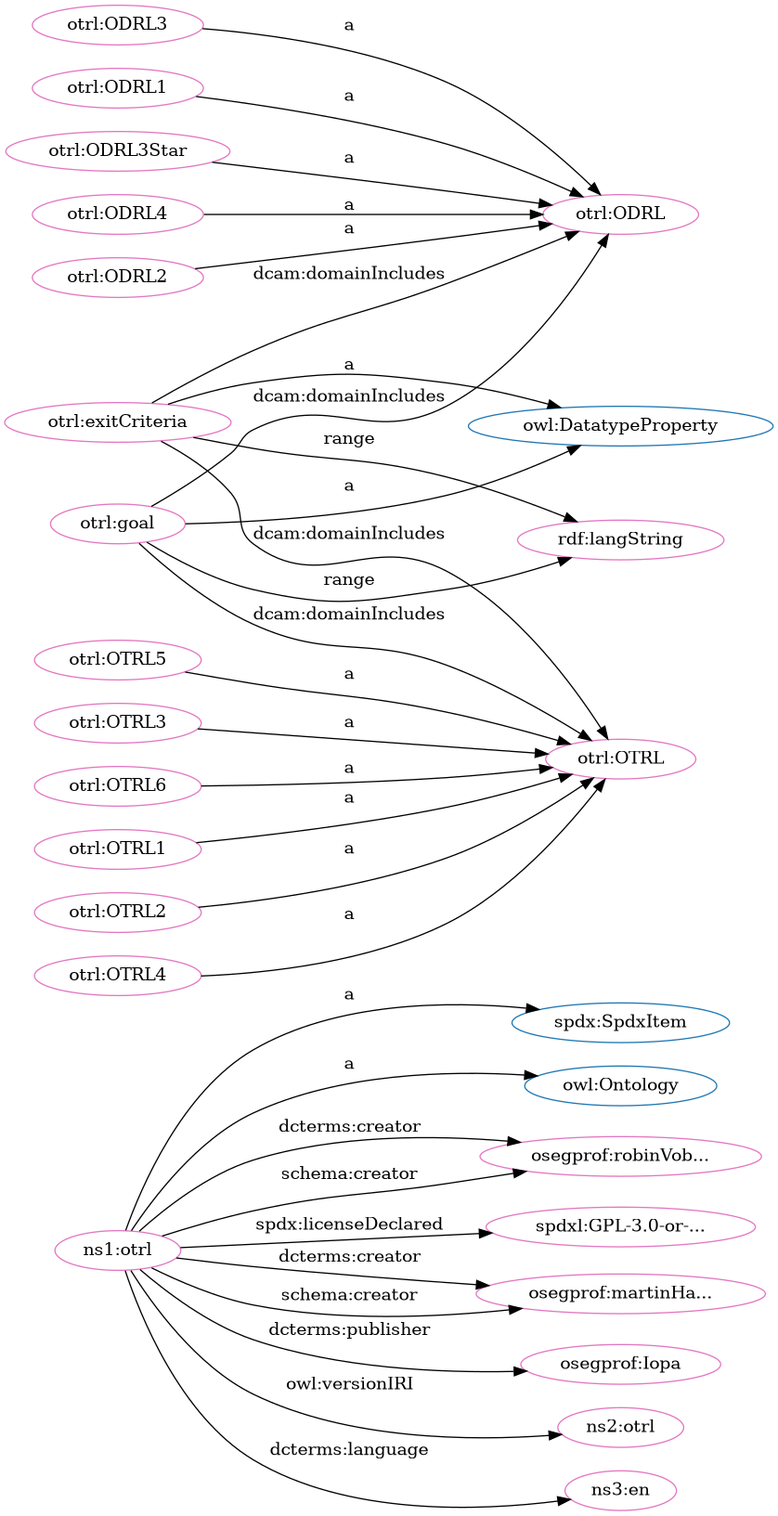
Before: src/spec/dot_otrl.png, a diagram exported from Graphviz (iop-alliance/OpenKnowHow). Its source is kept beside it as src/spec/dot_otrl.dot.
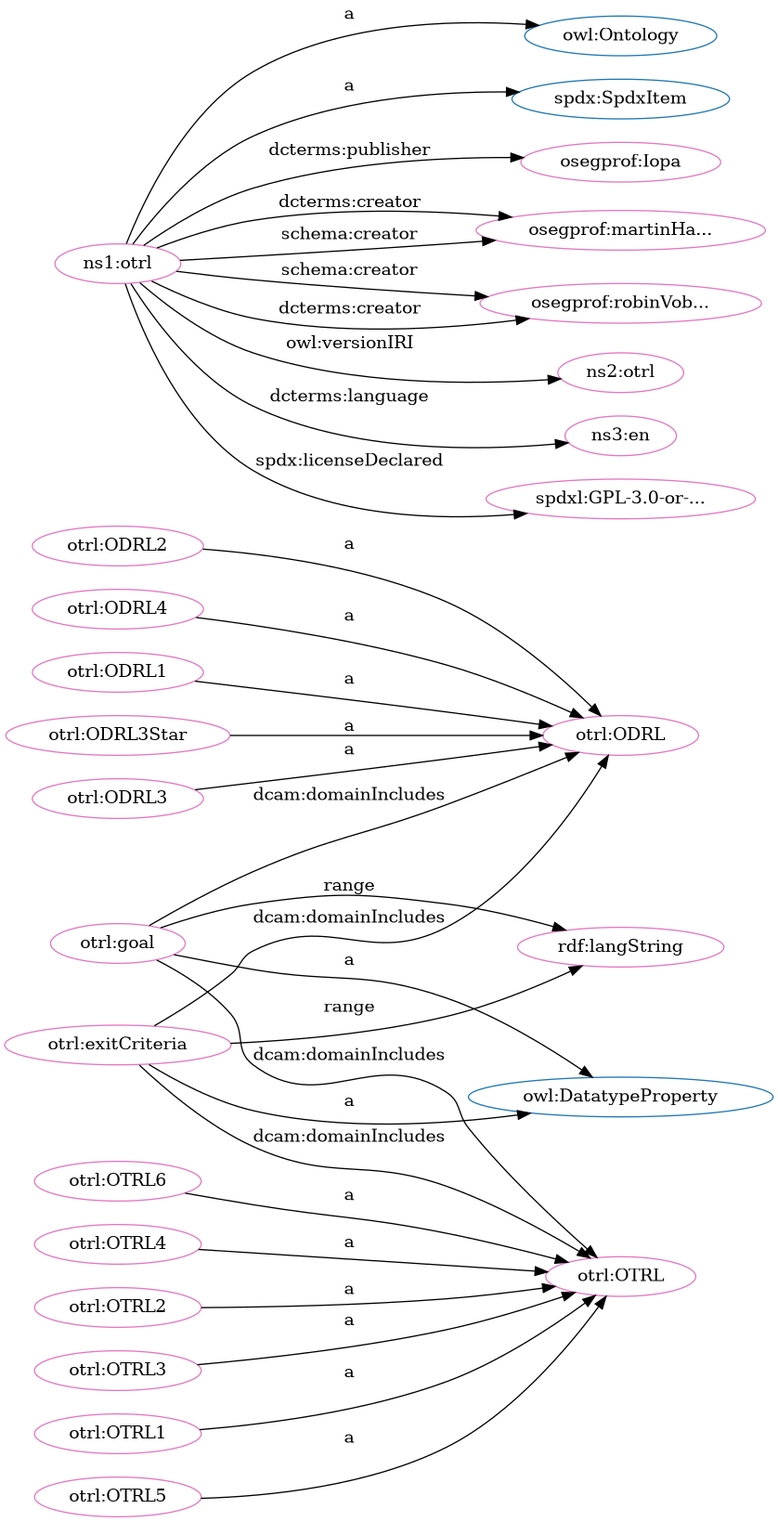
The same file after the commit.

Diff of the diagram source:
```diff
@@ -1,61 +1,61 @@
 digraph G {
   rankdir=BT
   node[height=.3]
-"http://spdx.org/rdf/terms#SpdxItem" [fillcolor="#1f77b4" color="#1f77b4" label="spdx:SpdxItem"]
+"http://www.w3.org/2002/07/owl#DatatypeProperty" [fillcolor="#1f77b4" color="#1f77b4" label="owl:DatatypeProperty"]
 "http://www.w3.org/2002/07/owl#Ontology" [fillcolor="#1f77b4" color="#1f77b4" label="owl:Ontology"]
 "http://w3id.org/oseg/ont/otrl#ODRL" [fillcolor="#1f77b4" color="#1f77b4" label="otrl:ODRL"]
-"http://www.w3.org/2002/07/owl#DatatypeProperty" [fillcolor="#1f77b4" color="#1f77b4" label="owl:DatatypeProperty"]
 "http://w3id.org/oseg/ont/otrl#OTRL" [fillcolor="#1f77b4" color="#1f77b4" label="otrl:OTRL"]
+"http://spdx.org/rdf/terms#SpdxItem" [fillcolor="#1f77b4" color="#1f77b4" label="spdx:SpdxItem"]
+"http://w3id.org/oseg/ont/otrl#exitCriteria" [fillcolor="#e377c2" color="#e377c2" label="otrl:exitCriteria"]
+"http://w3id.org/oseg/ont/oseg-profiles#Iopa" [fillcolor="#e377c2" color="#e377c2" label="osegprof:Iopa"]
+"http://w3id.org/oseg/ont/oseg-profiles#martinHaeuer" [fillcolor="#e377c2" color="#e377c2" label="osegprof:martinHa..."]
+"http://w3id.org/oseg/ont/otrl#OTRL3" [fillcolor="#e377c2" color="#e377c2" label="otrl:OTRL3"]
 "http://w3id.org/oseg/ont/oseg-profiles#robinVobruba" [fillcolor="#e377c2" color="#e377c2" label="osegprof:robinVob..."]
+"http://w3id.org/oseg/ont/otrl#ODRL3" [fillcolor="#e377c2" color="#e377c2" label="otrl:ODRL3"]
+"http://www.w3.org/1999/02/22-rdf-syntax-ns#langString" [fillcolor="#e377c2" color="#e377c2" label="rdf:langString"]
+"http://w3id.org/oseg/ont/otrl#ODRL" [fillcolor="#e377c2" color="#e377c2" label="otrl:ODRL"]
 "http://w3id.org/oseg/ont/otrl#ODRL2" [fillcolor="#e377c2" color="#e377c2" label="otrl:ODRL2"]
-"http://w3id.org/oseg/ont/otrl#OTRL1" [fillcolor="#e377c2" color="#e377c2" label="otrl:OTRL1"]
-"http://w3id.org/oseg/ont/otrl#exitCriteria" [fillcolor="#e377c2" color="#e377c2" label="otrl:exitCriteria"]
-"http://w3id.org/oseg/ont/otrl#OTRL2" [fillcolor="#e377c2" color="#e377c2" label="otrl:OTRL2"]
-"http://spdx.org/licenses/GPL-3.0-or-later" [fillcolor="#e377c2" color="#e377c2" label="spdxl:GPL-3.0-or-..."]
-"http://w3id.org/oseg/ont/otrl#OTRL" [fillcolor="#e377c2" color="#e377c2" label="otrl:OTRL"]
-"http://w3id.org/oseg/ont/otrl#ODRL" [fillcolor="#e377c2" color="#e377c2" label="otrl:ODRL"]
-"http://w3id.org/oseg/ont/oseg-profiles#martinHaeuer" [fillcolor="#e377c2" color="#e377c2" label="osegprof:martinHa..."]
-"http://w3id.org/oseg/ont/otrl#goal" [fillcolor="#e377c2" color="#e377c2" label="otrl:goal"]
-"http://w3id.org/oseg/ont/otrl#OTRL4" [fillcolor="#e377c2" color="#e377c2" label="otrl:OTRL4"]
-"http://w3id.org/oseg/ont/oseg-profiles#Iopa" [fillcolor="#e377c2" color="#e377c2" label="osegprof:Iopa"]
-"http://w3id.org/oseg/ont/otrl#ODRL3" [fillcolor="#e377c2" color="#e377c2" label="otrl:ODRL3"]
 "http://w3id.org/oseg/ont/otrl" [fillcolor="#e377c2" color="#e377c2" label="ns1:otrl"]
 "http://w3id.org/oseg/ont/1.1.0/otrl" [fillcolor="#e377c2" color="#e377c2" label="ns2:otrl"]
+"http://w3id.org/oseg/ont/otrl#ODRL4" [fillcolor="#e377c2" color="#e377c2" label="otrl:ODRL4"]
+"http://w3id.org/oseg/ont/otrl#ODRL1" [fillcolor="#e377c2" color="#e377c2" label="otrl:ODRL1"]
+"http://w3id.org/oseg/ont/otrl#goal" [fillcolor="#e377c2" color="#e377c2" label="otrl:goal"]
+"http://id.loc.gov/vocabulary/iso639-1/en" [fillcolor="#e377c2" color="#e377c2" label="ns3:en"]
+"http://w3id.org/oseg/ont/otrl#ODRL3Star" [fillcolor="#e377c2" color="#e377c2" label="otrl:ODRL3Star"]
+"http://w3id.org/oseg/ont/otrl#OTRL" [fillcolor="#e377c2" color="#e377c2" label="otrl:OTRL"]
+"http://w3id.org/oseg/ont/otrl#OTRL1" [fillcolor="#e377c2" color="#e377c2" label="otrl:OTRL1"]
+"http://spdx.org/licenses/GPL-3.0-or-later" [fillcolor="#e377c2" color="#e377c2" label="spdxl:GPL-3.0-or-..."]
 "http://w3id.org/oseg/ont/otrl#OTRL5" [fillcolor="#e377c2" color="#e377c2" label="otrl:OTRL5"]
-"http://w3id.org/oseg/ont/otrl#ODRL1" [fillcolor="#e377c2" color="#e377c2" label="otrl:ODRL1"]
-"http://www.w3.org/1999/02/22-rdf-syntax-ns#langString" [fillcolor="#e377c2" color="#e377c2" label="rdf:langString"]
-"http://id.loc.gov/vocabulary/iso639-1/en" [fillcolor="#e377c2" color="#e377c2" label="ns3:en"]
-"http://w3id.org/oseg/ont/otrl#OTRL3" [fillcolor="#e377c2" color="#e377c2" label="otrl:OTRL3"]
 "http://w3id.org/oseg/ont/otrl#OTRL6" [fillcolor="#e377c2" color="#e377c2" label="otrl:OTRL6"]
-"http://w3id.org/oseg/ont/otrl#ODRL3Star" [fillcolor="#e377c2" color="#e377c2" label="otrl:ODRL3Star"]
-"http://w3id.org/oseg/ont/otrl#ODRL4" [fillcolor="#e377c2" color="#e377c2" label="otrl:ODRL4"]
+"http://w3id.org/oseg/ont/otrl#OTRL4" [fillcolor="#e377c2" color="#e377c2" label="otrl:OTRL4"]
+"http://w3id.org/oseg/ont/otrl#OTRL2" [fillcolor="#e377c2" color="#e377c2" label="otrl:OTRL2"]
+  "http://w3id.org/oseg/ont/otrl" -> "http://w3id.org/oseg/ont/oseg-profiles#martinHaeuer" [label="dcterms:creator"]
+  "http://w3id.org/oseg/ont/otrl" -> "http://w3id.org/oseg/ont/oseg-profiles#robinVobruba" [label="schema:creator"]
+  "http://w3id.org/oseg/ont/otrl#goal" -> "http://w3id.org/oseg/ont/otrl#ODRL" [label="dcam:domainIncludes"]
+  "http://w3id.org/oseg/ont/otrl" -> "http://w3id.org/oseg/ont/1.1.0/otrl" [label="owl:versionIRI"]
+  "http://w3id.org/oseg/ont/otrl#ODRL4" -> "http://w3id.org/oseg/ont/otrl#ODRL" [label="a"]
+  "http://w3id.org/oseg/ont/otrl#goal" -> "http://www.w3.org/2002/07/owl#DatatypeProperty" [label="a"]
+  "http://w3id.org/oseg/ont/otrl" -> "http://id.loc.gov/vocabulary/iso639-1/en" [label="dcterms:language"]
+  "http://w3id.org/oseg/ont/otrl#goal" -> "http://w3id.org/oseg/ont/otrl#OTRL" [label="dcam:domainIncludes"]
+  "http://w3id.org/oseg/ont/otrl" -> "http://spdx.org/licenses/GPL-3.0-or-later" [label="spdx:licenseDeclared"]
+  "http://w3id.org/oseg/ont/otrl#OTRL4" -> "http://w3id.org/oseg/ont/otrl#OTRL" [label="a"]
+  "http://w3id.org/oseg/ont/otrl#exitCriteria" -> "http://www.w3.org/2002/07/owl#DatatypeProperty" [label="a"]
+  "http://w3id.org/oseg/ont/otrl" -> "http://w3id.org/oseg/ont/oseg-profiles#Iopa" [label="dcterms:publisher"]
+  "http://w3id.org/oseg/ont/otrl" -> "http://w3id.org/oseg/ont/oseg-profiles#martinHaeuer" [label="schema:creator"]
+  "http://w3id.org/oseg/ont/otrl#OTRL3" -> "http://w3id.org/oseg/ont/otrl#OTRL" [label="a"]
+  "http://w3id.org/oseg/ont/otrl#ODRL3" -> "http://w3id.org/oseg/ont/otrl#ODRL" [label="a"]
   "http://w3id.org/oseg/ont/otrl" -> "http://w3id.org/oseg/ont/oseg-profiles#robinVobruba" [label="dcterms:creator"]
+  "http://w3id.org/oseg/ont/otrl#goal" -> "http://www.w3.org/1999/02/22-rdf-syntax-ns#langString" [label="range"]
   "http://w3id.org/oseg/ont/otrl#ODRL2" -> "http://w3id.org/oseg/ont/otrl#ODRL" [label="a"]
+  "http://w3id.org/oseg/ont/otrl" -> "http://www.w3.org/2002/07/owl#Ontology" [label="a"]
+  "http://w3id.org/oseg/ont/otrl#ODRL1" -> "http://w3id.org/oseg/ont/otrl#ODRL" [label="a"]
+  "http://w3id.org/oseg/ont/otrl#exitCriteria" -> "http://w3id.org/oseg/ont/otrl#ODRL" [label="dcam:domainIncludes"]
+  "http://w3id.org/oseg/ont/otrl#ODRL3Star" -> "http://w3id.org/oseg/ont/otrl#ODRL" [label="a"]
+  "http://w3id.org/oseg/ont/otrl" -> "http://spdx.org/rdf/terms#SpdxItem" [label="a"]
   "http://w3id.org/oseg/ont/otrl#OTRL1" -> "http://w3id.org/oseg/ont/otrl#OTRL" [label="a"]
-  "http://w3id.org/oseg/ont/otrl#exitCriteria" -> "http://www.w3.org/2002/07/owl#DatatypeProperty" [label="a"]
-  "http://w3id.org/oseg/ont/otrl" -> "http://w3id.org/oseg/ont/oseg-profiles#martinHaeuer" [label="dcterms:creator"]
-  "http://w3id.org/oseg/ont/otrl#goal" -> "http://www.w3.org/2002/07/owl#DatatypeProperty" [label="a"]
-  "http://w3id.org/oseg/ont/otrl" -> "http://w3id.org/oseg/ont/oseg-profiles#robinVobruba" [label="schema:creator"]
-  "http://w3id.org/oseg/ont/otrl" -> "http://w3id.org/oseg/ont/oseg-profiles#Iopa" [label="dcterms:publisher"]
-  "http://w3id.org/oseg/ont/otrl#ODRL3" -> "http://w3id.org/oseg/ont/otrl#ODRL" [label="a"]
-  "http://w3id.org/oseg/ont/otrl" -> "http://w3id.org/oseg/ont/1.1.0/otrl" [label="owl:versionIRI"]
   "http://w3id.org/oseg/ont/otrl#OTRL5" -> "http://w3id.org/oseg/ont/otrl#OTRL" [label="a"]
-  "http://w3id.org/oseg/ont/otrl" -> "http://w3id.org/oseg/ont/oseg-profiles#martinHaeuer" [label="schema:creator"]
-  "http://w3id.org/oseg/ont/otrl#ODRL1" -> "http://w3id.org/oseg/ont/otrl#ODRL" [label="a"]
-  "http://w3id.org/oseg/ont/otrl" -> "http://spdx.org/rdf/terms#SpdxItem" [label="a"]
   "http://w3id.org/oseg/ont/otrl#OTRL6" -> "http://w3id.org/oseg/ont/otrl#OTRL" [label="a"]
-  "http://w3id.org/oseg/ont/otrl#ODRL3Star" -> "http://w3id.org/oseg/ont/otrl#ODRL" [label="a"]
+  "http://w3id.org/oseg/ont/otrl#exitCriteria" -> "http://www.w3.org/1999/02/22-rdf-syntax-ns#langString" [label="range"]
+  "http://w3id.org/oseg/ont/otrl#exitCriteria" -> "http://w3id.org/oseg/ont/otrl#OTRL" [label="dcam:domainIncludes"]
   "http://w3id.org/oseg/ont/otrl#OTRL2" -> "http://w3id.org/oseg/ont/otrl#OTRL" [label="a"]
-  "http://w3id.org/oseg/ont/otrl" -> "http://spdx.org/licenses/GPL-3.0-or-later" [label="spdx:licenseDeclared"]
-  "http://w3id.org/oseg/ont/otrl#exitCriteria" -> "http://w3id.org/oseg/ont/otrl#OTRL" [label="dcam:domainIncludes"]
-  "http://w3id.org/oseg/ont/otrl#exitCriteria" -> "http://w3id.org/oseg/ont/otrl#ODRL" [label="dcam:domainIncludes"]
-  "http://w3id.org/oseg/ont/otrl#OTRL4" -> "http://w3id.org/oseg/ont/otrl#OTRL" [label="a"]
-  "http://w3id.org/oseg/ont/otrl#goal" -> "http://w3id.org/oseg/ont/otrl#OTRL" [label="dcam:domainIncludes"]
-  "http://w3id.org/oseg/ont/otrl" -> "http://www.w3.org/2002/07/owl#Ontology" [label="a"]
-  "http://w3id.org/oseg/ont/otrl#goal" -> "http://w3id.org/oseg/ont/otrl#ODRL" [label="dcam:domainIncludes"]
-  "http://w3id.org/oseg/ont/otrl#goal" -> "http://www.w3.org/1999/02/22-rdf-syntax-ns#langString" [label="range"]
-  "http://w3id.org/oseg/ont/otrl" -> "http://id.loc.gov/vocabulary/iso639-1/en" [label="dcterms:language"]
-  "http://w3id.org/oseg/ont/otrl#OTRL3" -> "http://w3id.org/oseg/ont/otrl#OTRL" [label="a"]
-  "http://w3id.org/oseg/ont/otrl#exitCriteria" -> "http://www.w3.org/1999/02/22-rdf-syntax-ns#langString" [label="range"]
-  "http://w3id.org/oseg/ont/otrl#ODRL4" -> "http://w3id.org/oseg/ont/otrl#ODRL" [label="a"]
 }
```
